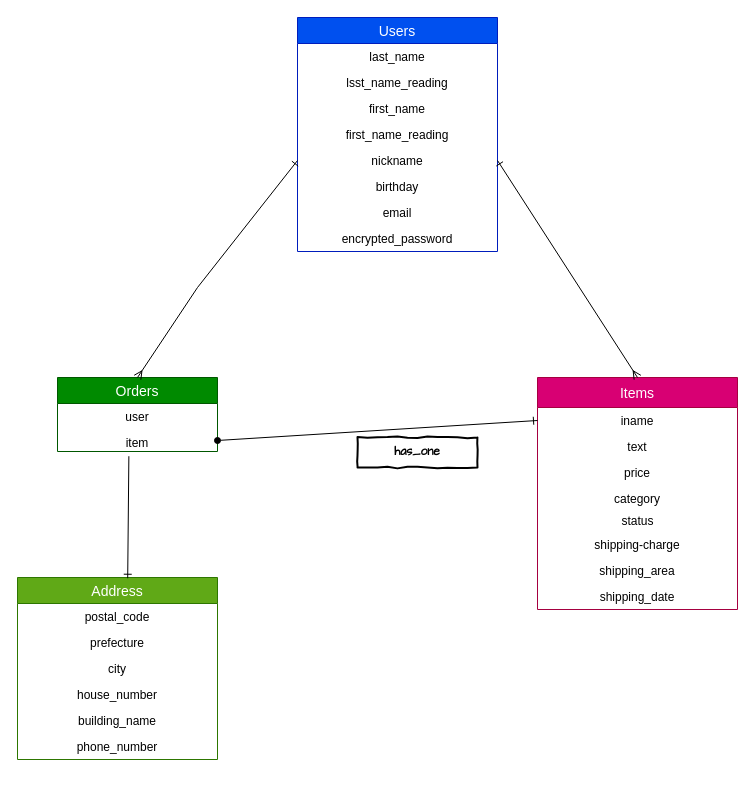
Earlier version of the draw.io diagram furima.dio (takechi-single/furima-29581). Source tidied: cells renumbered, new cells numbered last; positions are measured from the earlier drawing's top-left corner, leaving out a move shared by most shapes. Both pictures are drawn from the tidied source at 100%, with x=0, y=0 at pixel (17, 17).
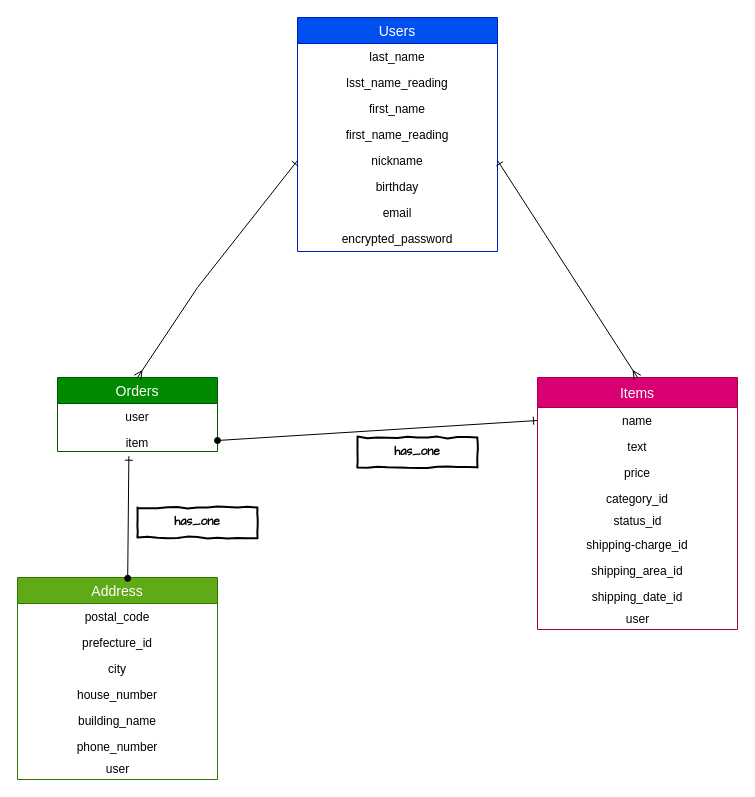
The same page after the edit.

The change refers to these unchanged cells:
```xml
<mxCell id="4" value="item" style="text;strokeColor=none;fillColor=none;spacingLeft=4;spacingRight=4;overflow=hidden;points=[[0,0.5],[1,0.5]];portConstraint=eastwest;fontSize=12;align=center;" parent="2" vertex="1">
  <mxGeometry y="52" width="160" height="22" as="geometry" />
</mxCell>
```

The edit, as a diff of the source:
```diff
@@
     <mxCell id="5" value="Items" style="swimlane;fontStyle=0;horizontal=1;startSize=30;align=center;fontSize=14;fillColor=#d80073;strokeColor=#A50040;fontColor=#ffffff;" parent="1" vertex="1">
-      <mxGeometry x="520" y="360" width="200" height="232" as="geometry" />
+      <mxGeometry x="520" y="360" width="200" height="252" as="geometry" />
     </mxCell>
-    <mxCell id="6" value="iname" style="text;strokeColor=none;fillColor=none;spacingLeft=4;spacingRight=4;overflow=hidden;points=[[0,0.5],[1,0.5]];portConstraint=eastwest;fontSize=12;align=center;" parent="5" vertex="1">
+    <mxCell id="6" value="name" style="text;strokeColor=none;fillColor=none;spacingLeft=4;spacingRight=4;overflow=hidden;points=[[0,0.5],[1,0.5]];portConstraint=eastwest;fontSize=12;align=center;" parent="5" vertex="1">
       <mxGeometry y="30" width="200" height="26" as="geometry" />
     </mxCell>
@@
-    <mxCell id="9" value="category" style="text;strokeColor=none;fillColor=none;spacingLeft=4;spacingRight=4;overflow=hidden;fontSize=12;align=center;" parent="5" vertex="1">
+    <mxCell id="9" value="category_id" style="text;strokeColor=none;fillColor=none;spacingLeft=4;spacingRight=4;overflow=hidden;fontSize=12;align=center;" parent="5" vertex="1">
       <mxGeometry y="108" width="200" height="26" as="geometry" />
     </mxCell>
-    <mxCell id="10" value="status" style="text;html=1;align=center;verticalAlign=middle;" parent="5" vertex="1">
+    <mxCell id="10" value="status_id" style="text;html=1;align=center;verticalAlign=middle;" parent="5" vertex="1">
       <mxGeometry y="134" width="200" height="20" as="geometry" />
     </mxCell>
-    <mxCell id="11" value="shipping-charge" style="text;strokeColor=none;fillColor=none;spacingLeft=4;spacingRight=4;overflow=hidden;fontSize=12;align=center;" parent="5" vertex="1">
+    <mxCell id="11" value="shipping-charge_id" style="text;strokeColor=none;fillColor=none;spacingLeft=4;spacingRight=4;overflow=hidden;fontSize=12;align=center;" parent="5" vertex="1">
       <mxGeometry y="154" width="200" height="26" as="geometry" />
     </mxCell>
-    <mxCell id="12" value="shipping_area" style="text;strokeColor=none;fillColor=none;spacingLeft=4;spacingRight=4;overflow=hidden;fontSize=12;align=center;" parent="5" vertex="1">
+    <mxCell id="12" value="shipping_area_id" style="text;strokeColor=none;fillColor=none;spacingLeft=4;spacingRight=4;overflow=hidden;fontSize=12;align=center;" parent="5" vertex="1">
       <mxGeometry y="180" width="200" height="26" as="geometry" />
     </mxCell>
-    <mxCell id="13" value="shipping_date" style="text;strokeColor=none;fillColor=none;spacingLeft=4;spacingRight=4;overflow=hidden;fontSize=12;align=center;" parent="5" vertex="1">
+    <mxCell id="13" value="shipping_date_id" style="text;strokeColor=none;fillColor=none;spacingLeft=4;spacingRight=4;overflow=hidden;fontSize=12;align=center;" parent="5" vertex="1">
       <mxGeometry y="206" width="200" height="26" as="geometry" />
     </mxCell>
+    <mxCell id="36" value="user" style="text;html=1;align=center;verticalAlign=middle;" parent="5" vertex="1">
+      <mxGeometry y="232" width="200" height="20" as="geometry" />
+    </mxCell>
@@
     <mxCell id="23" value="Address" style="swimlane;fontStyle=0;horizontal=1;startSize=26;align=center;fontSize=14;fillColor=#60a917;strokeColor=#2D7600;fontColor=#ffffff;" parent="1" vertex="1">
-      <mxGeometry y="560" width="200" height="182" as="geometry" />
+      <mxGeometry y="560" width="200" height="202" as="geometry" />
     </mxCell>
@@
-    <mxCell id="25" value="prefecture" style="text;strokeColor=none;fillColor=none;spacingLeft=4;spacingRight=4;overflow=hidden;fontSize=12;align=center;" parent="23" vertex="1">
+    <mxCell id="25" value="prefecture_id" style="text;strokeColor=none;fillColor=none;spacingLeft=4;spacingRight=4;overflow=hidden;fontSize=12;align=center;" parent="23" vertex="1">
       <mxGeometry y="52" width="200" height="26" as="geometry" />
     </mxCell>
@@
+    <mxCell id="37" value="user" style="text;html=1;align=center;verticalAlign=middle;" parent="23" vertex="1">
+      <mxGeometry y="182" width="200" height="20" as="geometry" />
+    </mxCell>
@@
-    <mxCell id="34" style="edgeStyle=none;rounded=0;comic=0;jettySize=auto;html=1;exitX=0.446;exitY=1.214;exitDx=0;exitDy=0;entryX=0.551;entryY=0.004;entryDx=0;entryDy=0;entryPerimeter=0;startArrow=none;startFill=0;endArrow=ERone;endFill=0;fontColor=#000099;exitPerimeter=0;" parent="1" edge="1" source="4" target="23">
+    <mxCell id="34" style="edgeStyle=none;rounded=0;comic=0;jettySize=auto;html=1;exitX=0.446;exitY=1.214;exitDx=0;exitDy=0;entryX=0.551;entryY=0.004;entryDx=0;entryDy=0;entryPerimeter=0;startArrow=ERone;startFill=0;endArrow=oval;endFill=1;fontColor=#000099;exitPerimeter=0;" parent="1" edge="1" source="4" target="23">
       <mxGeometry relative="1" as="geometry" />
     </mxCell>
@@
+    <mxCell id="38" value="has_one" style="html=1;whiteSpace=wrap;comic=1;strokeWidth=2;fontFamily=Comic Sans MS;fontStyle=1;" parent="1" vertex="1">
+      <mxGeometry x="120" y="490" width="120" height="30" as="geometry" />
+    </mxCell>
```
